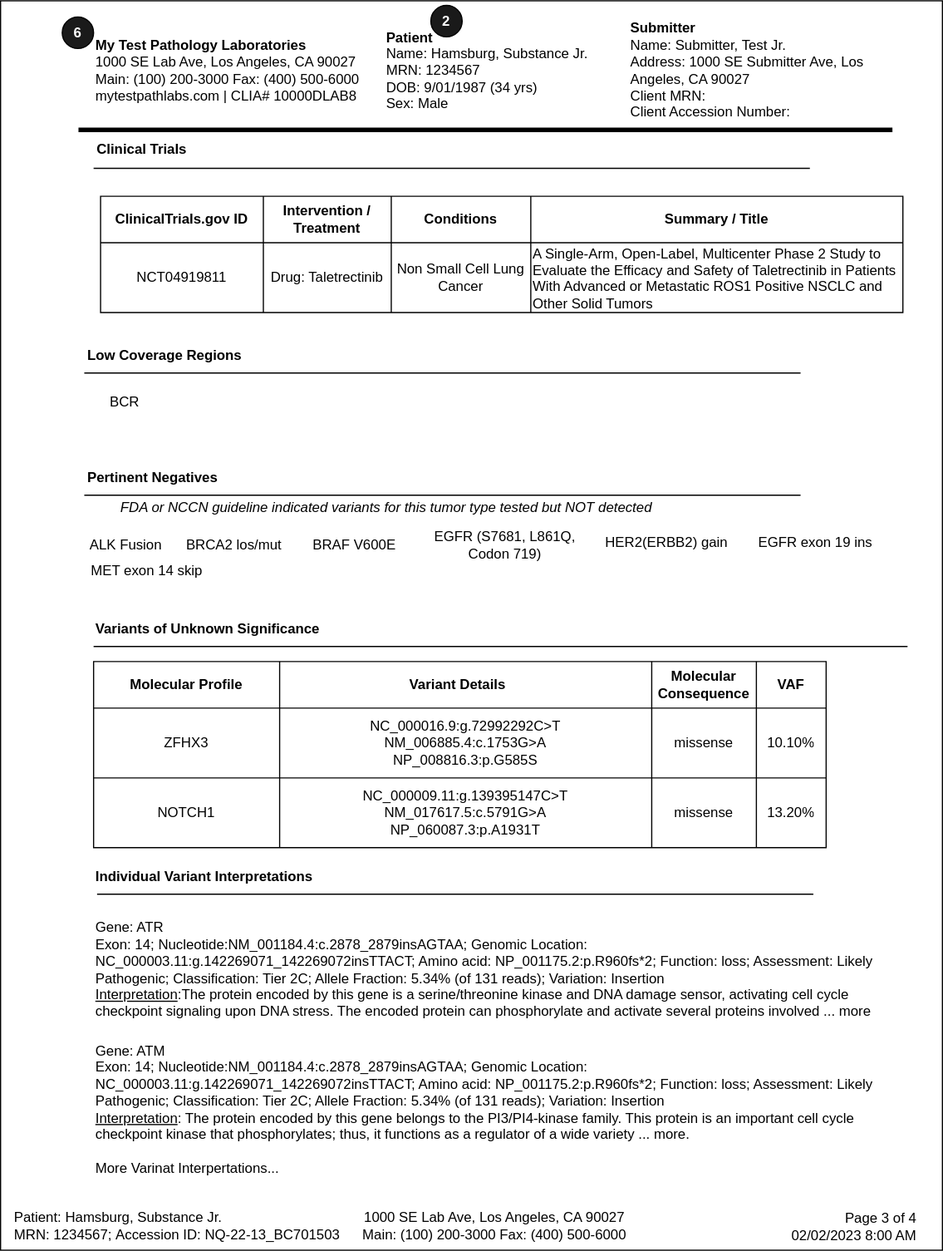
Above: input/images/Report_Page3.svg in HL7/genomics-reporting (draw.io), before the change. Source tidied: cells renumbered, new cells last; positions are measured from the earlier drawing's top-left corner, leaving out a move shared by most shapes.
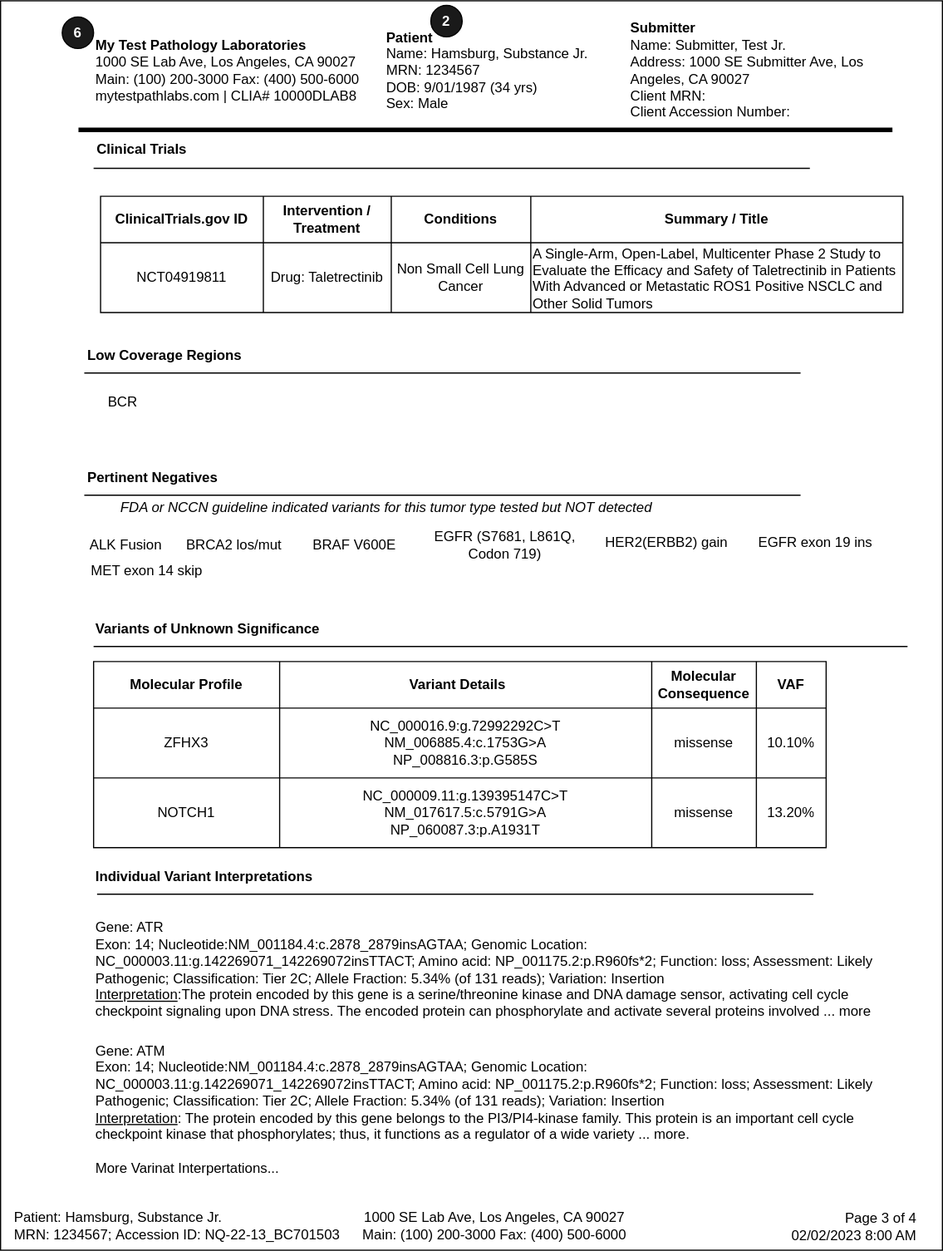
Above is the later version.

What changed in the source:
```diff
@@ -113,7 +113,7 @@
     <mxCell id="35" value="Low Coverage Regions" style="text;html=1;strokeColor=none;fillColor=none;align=left;verticalAlign=middle;whiteSpace=wrap;rounded=0;fontStyle=1;" parent="1" vertex="1">
       <mxGeometry x="73" y="290" width="315" height="30" as="geometry" />
     </mxCell>
-    <mxCell id="36" value="BCR" style="text;html=1;strokeColor=none;fillColor=none;align=center;verticalAlign=middle;whiteSpace=wrap;rounded=0;" parent="1" vertex="1">
+    <mxCell id="36" value="BCR&amp;nbsp;" style="text;html=1;strokeColor=none;fillColor=none;align=center;verticalAlign=middle;whiteSpace=wrap;rounded=0;" parent="1" vertex="1">
       <mxGeometry x="77" y="330" width="60" height="30" as="geometry" />
     </mxCell>
     <mxCell id="37" style="endArrow=none;html=1;rounded=0;" parent="1" edge="1">
```
